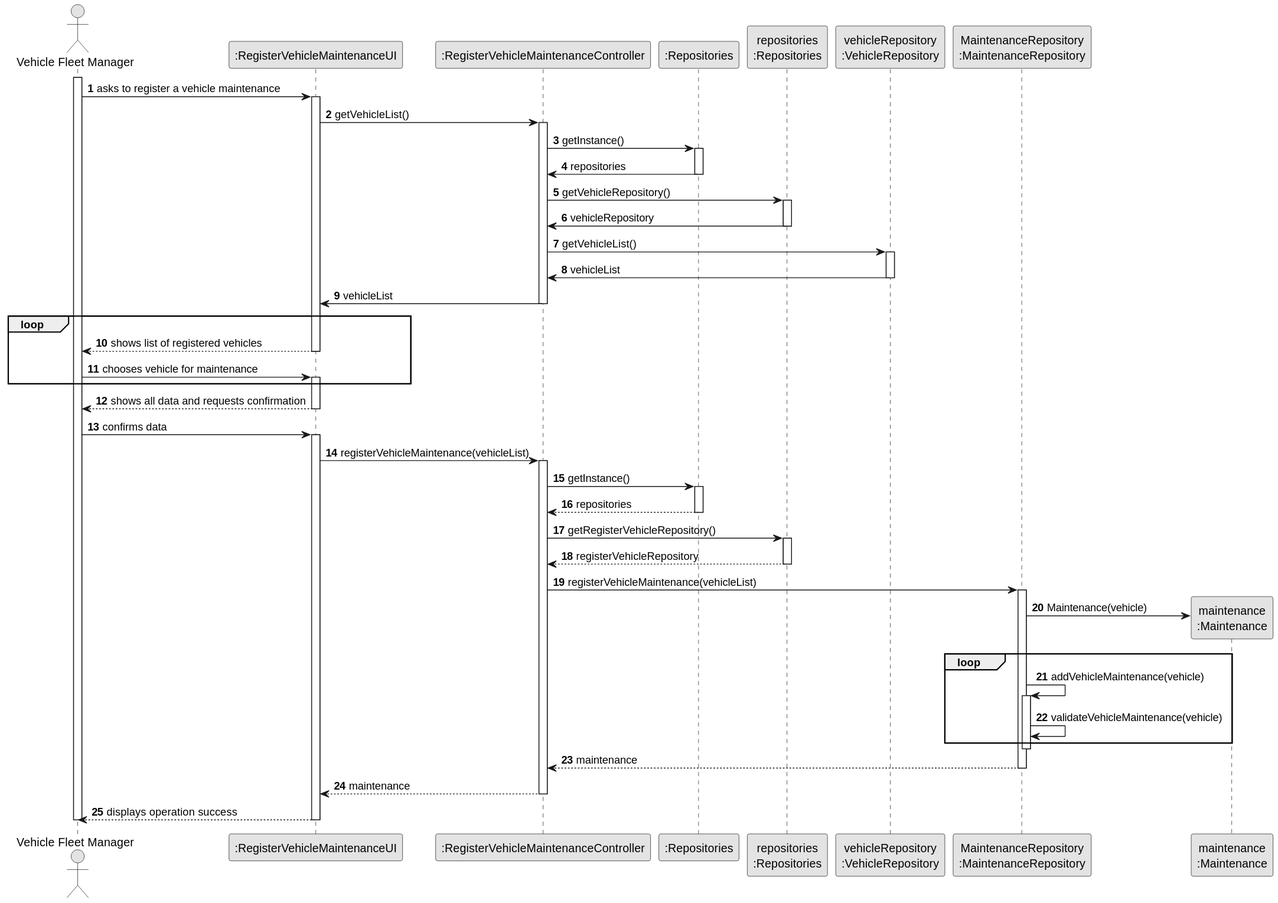
This is docs/sprintB/us007/03.design/svg/us007-sequence-diagram-full.svg from diogoveirospro/lei-24-s2-1dg-g072, a PlantUML export, as it was before one commit.
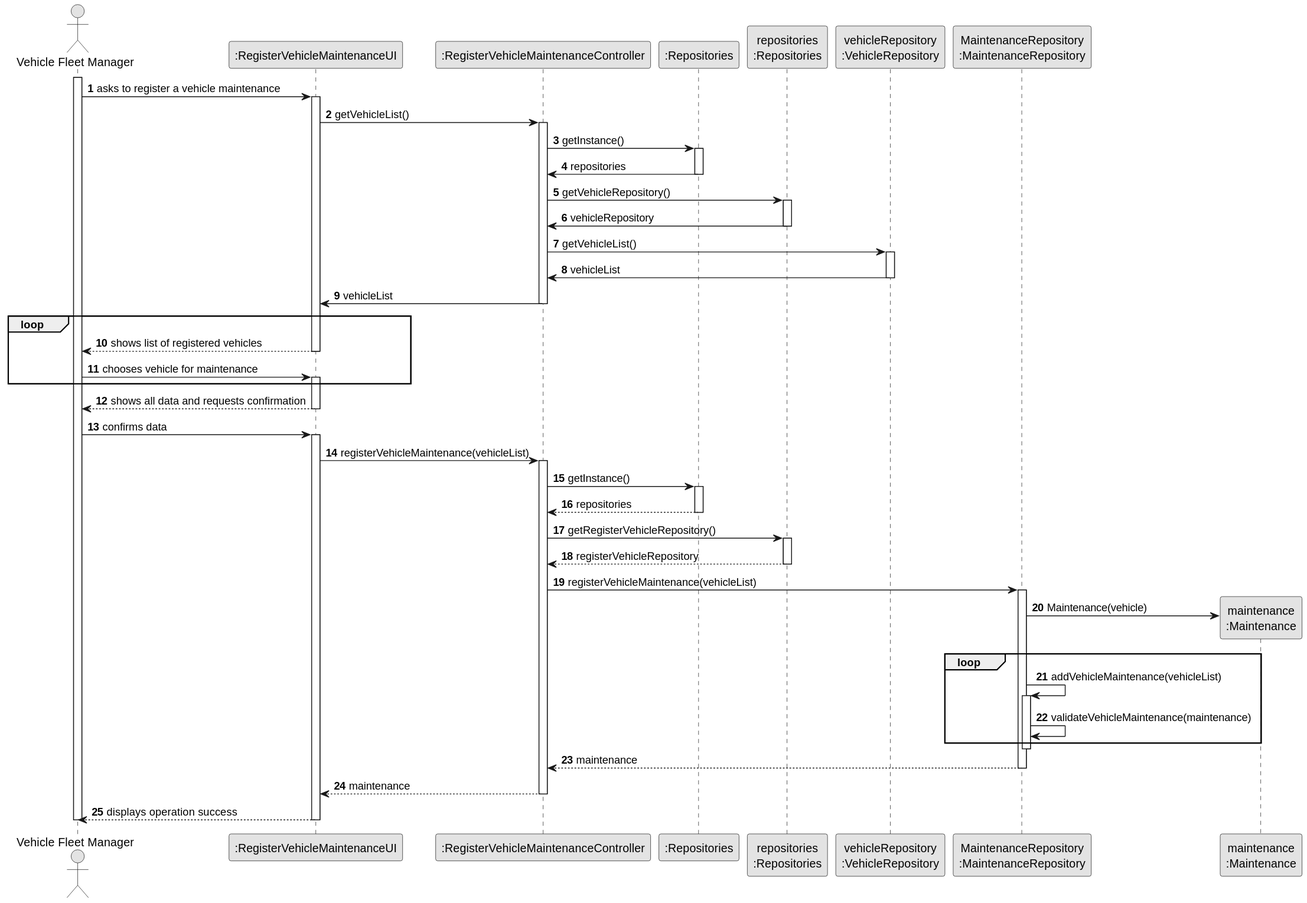
The same diagram one commit later.

Change to the diagram source:
```diff
@@ -75,10 +75,10 @@
                 MREP -> MAINTENANCE**: Maintenance(vehicle)
 
                 loop
-                MREP -> MREP: addVehicleMaintenance(vehicle)
+                MREP -> MREP: addVehicleMaintenance(vehicleList)
 
                  activate MREP
-                     MREP -> MREP: validateVehicleMaintenance(vehicle)
+                     MREP -> MREP: validateVehicleMaintenance(maintenance)
                  end
                  deactivate MREP
                                 MREP --> CTRL : maintenance
```
